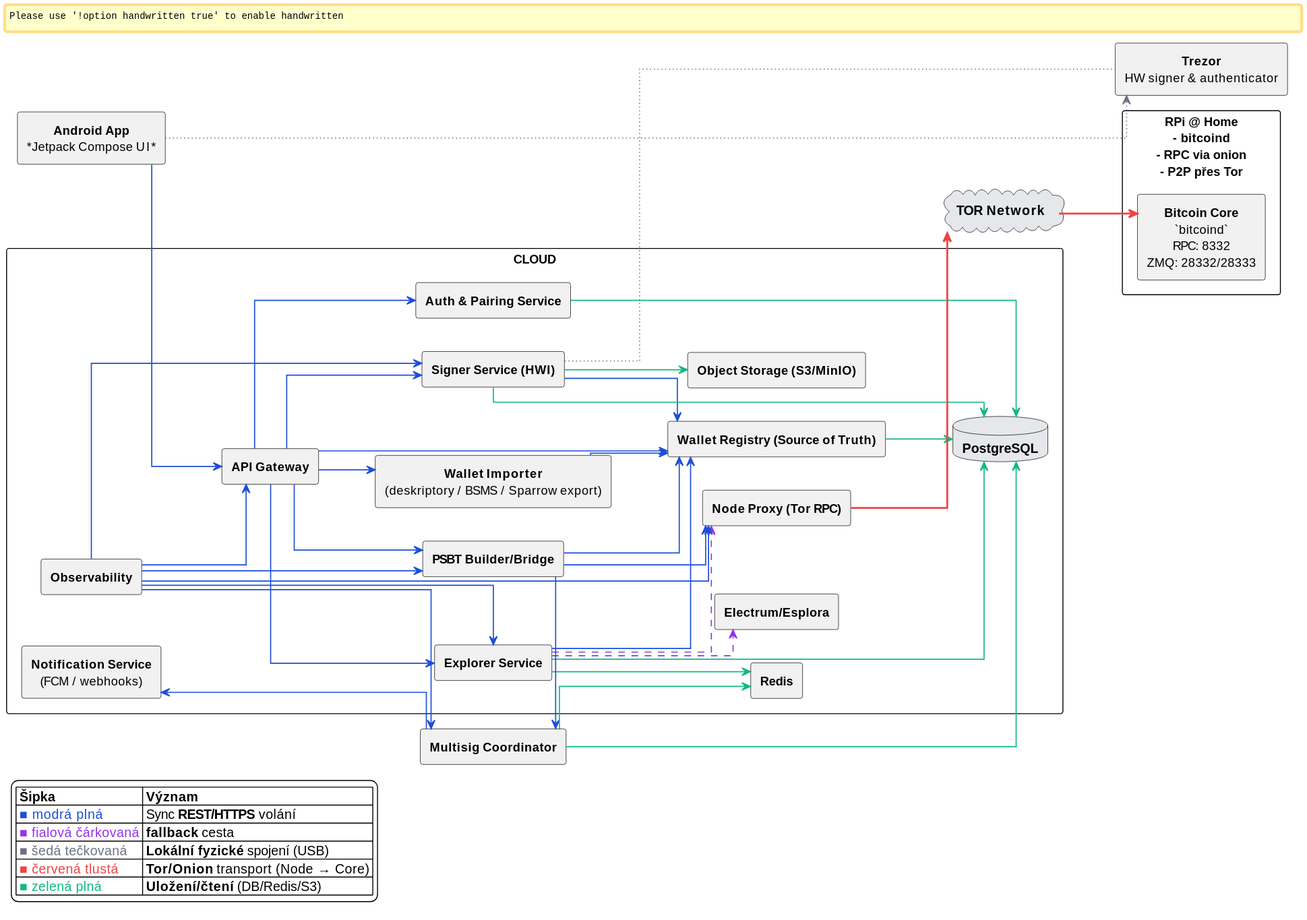
Before: DOCS/diagrams/architecture/architecture-overview.svg, a diagram exported from PlantUML (Majny/bitcoin-multisig-wallet).
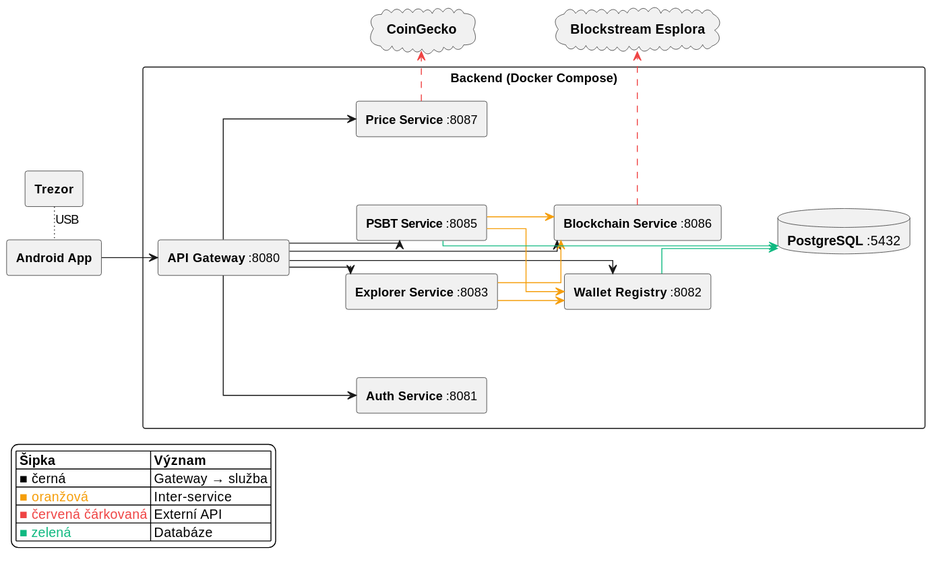
Above is the later version.

Change to the diagram source:
```diff
@@ -1,107 +1,55 @@
 @startuml
 skinparam backgroundColor #FFFFFF
-skinparam handwritten false
-skinparam wrapWidth 240
-skinparam maxMessageSize 200
-skinparam defaultTextAlignment center
 skinparam shadowing false
 skinparam linetype ortho
-skinparam FontColor #000000
-skinparam ArrowFontColor #000000
-skinparam ArrowThickness 1.2
-skinparam RectangleBorderColor #000000
-skinparam RectangleFontColor #000000
+skinparam defaultTextAlignment center
 skinparam RectangleFontSize 13
-skinparam NoteBackgroundColor #F9FAFB
-skinparam NoteBorderColor #000000
-skinparam NoteFontColor #111111
-skinparam cloud {
-  BackgroundColor #E5E7EB
-  BorderColor #000000
-}
-skinparam database {
-  BackgroundColor #E5E7EB
-  BorderColor #000000
-}
 
 left to right direction
 
-rectangle "**Android App**\n*Jetpack Compose UI*" as AndroidApp
-rectangle "**Trezor**\nHW signer & authenticator" as Trezor
-cloud "**TOR Network**" as TorNet
+rectangle "**Android App**" as App
+rectangle "**Trezor**" as Trezor
+cloud "**Blockstream Esplora**" as Esplora
+cloud "**CoinGecko**" as CoinGecko
 
-rectangle "**RPi @ Home**\n- bitcoind\n- RPC via onion\n- P2P přes Tor" as RPi {
-  rectangle "**Bitcoin Core**\n`bitcoind`\nRPC: 8332\nZMQ: 28332/28333" as Bitcoind
+rectangle "**Backend (Docker Compose)**" as Backend {
+  rectangle "**API Gateway** :8080" as ApiGw
+  rectangle "**Auth Service** :8081" as AuthSvc
+  rectangle "**Wallet Registry** :8082" as WalletReg
+  rectangle "**Explorer Service** :8083" as Explorer
+  rectangle "**PSBT Service** :8085" as PsbtSvc
+  rectangle "**Blockchain Service** :8086" as BlockchainSvc
+  rectangle "**Price Service** :8087" as PriceSvc
+  database "**PostgreSQL** :5432" as PG
 }
 
-rectangle "**CLOUD**" as Cloud {
-  rectangle "**API Gateway**" as ApiGw
-  rectangle "**Auth & Pairing Service**" as AuthSvc
-  rectangle "**Wallet Registry (Source of Truth)**" as WalletReg
-  rectangle "**Wallet Importer**\n(deskriptory / BSMS / Sparrow export)" as WalletImporter
-  rectangle "**Explorer Service**" as Explorer
-  rectangle "**PSBT Builder/Bridge**" as Bridge
-  rectangle "**Node Proxy (Tor RPC)**" as NodeProxy
-  rectangle "**Signer Service (HWI)**" as Signer
-  rectangle "**Electrum/Esplora **" as Electrum
-  rectangle "**Notification Service**\n(FCM / webhooks)" as Notify
-  database "**PostgreSQL**" as PG
-  rectangle "**Redis**" as Redis
-  rectangle "**Object Storage (S3/MinIO)**" as S3
-  rectangle "**Observability**" as Obs
-}
+App -down-> ApiGw
+App .left[dotted].. Trezor : USB
 
-rectangle "**Multisig Coordinator**" as MsCoordinator
+ApiGw --> AuthSvc
+ApiGw --> WalletReg
+ApiGw --> Explorer
+ApiGw --> PsbtSvc
+ApiGw --> BlockchainSvc
+ApiGw --> PriceSvc
 
-AndroidApp -down[#1D4ED8]-> ApiGw
-AndroidApp ..[#6B7280,dotted]-> Trezor
-Signer ..[#6B7280,dotted].. Trezor
+Explorer -[#F59E0B]-> WalletReg
+Explorer -[#F59E0B]-> BlockchainSvc
 
-ApiGw -[#1D4ED8]-> AuthSvc
-AuthSvc -[#10B981]-> PG
+PsbtSvc -[#F59E0B]-> WalletReg
+PsbtSvc -[#F59E0B]-> BlockchainSvc
 
-ApiGw -[#1D4ED8]-> WalletReg
-WalletReg -[#10B981]-> PG
-WalletImporter -[#1D4ED8]-> WalletReg
+BlockchainSvc -right[#EF4444,dashed]-> Esplora
+PriceSvc -right[#EF4444,dashed]-> CoinGecko
 
-ApiGw -[#1D4ED8]-> Explorer
-Explorer -[#1D4ED8]-> WalletReg
-Explorer -[#9333EA,dashed]-> Electrum
-Explorer -[#9333EA,dashed]-> NodeProxy
-Explorer -[#10B981]-> Redis
-Explorer -[#10B981]-> PG
-
-ApiGw -[#1D4ED8]-> Bridge
-Bridge -[#1D4ED8]-> WalletReg
-Bridge -[#1D4ED8]-> NodeProxy
-ApiGw -[#1D4ED8]-> WalletImporter
-
-Bridge -[#1D4ED8]-> MsCoordinator
-MsCoordinator -[#10B981]-> PG
-MsCoordinator -[#10B981]-> Redis
-MsCoordinator -[#1D4ED8]-> Notify
-
-ApiGw -[#1D4ED8]-> Signer
-Signer -[#1D4ED8]-> WalletReg
-Signer -[#10B981]-> PG
-Signer -[#10B981]-> S3
-
-NodeProxy -down[#EF4444,thickness=2]-> TorNet
-TorNet -down[#EF4444,thickness=2]-> Bitcoind
-
-Obs -[#1D4ED8]-> ApiGw
-Obs -[#1D4ED8]-> Explorer
-Obs -[#1D4ED8]-> Bridge
-Obs -[#1D4ED8]-> MsCoordinator
-Obs -[#1D4ED8]-> Signer
-Obs -[#1D4ED8]-> NodeProxy
+WalletReg -down[#10B981]-> PG
+PsbtSvc -down[#10B981]-> PG
 
 legend left
 |= Šipka |= Význam |
-| <color:#1D4ED8>■ modrá plná</color> | Sync **REST/HTTPS** volání |
-| <color:#9333EA>■ fialová čárkovaná</color> | **fallback** cesta |
-| <color:#6B7280>■ šedá tečkovaná</color> | **Lokální fyzické** spojení (USB) |
-| <color:#EF4444>■ červená tlustá</color> | **Tor/Onion** transport (Node → Core) |
-| <color:#10B981>■ zelená plná</color> | **Uložení/čtení** (DB/Redis/S3) |
+| <color:#000000>■ černá</color> | Gateway → služba |
+| <color:#F59E0B>■ oranžová</color> | Inter-service |
+| <color:#EF4444>■ červená čárkovaná</color> | Externí API |
+| <color:#10B981>■ zelená</color> | Databáze |
 endlegend
 @enduml
```
